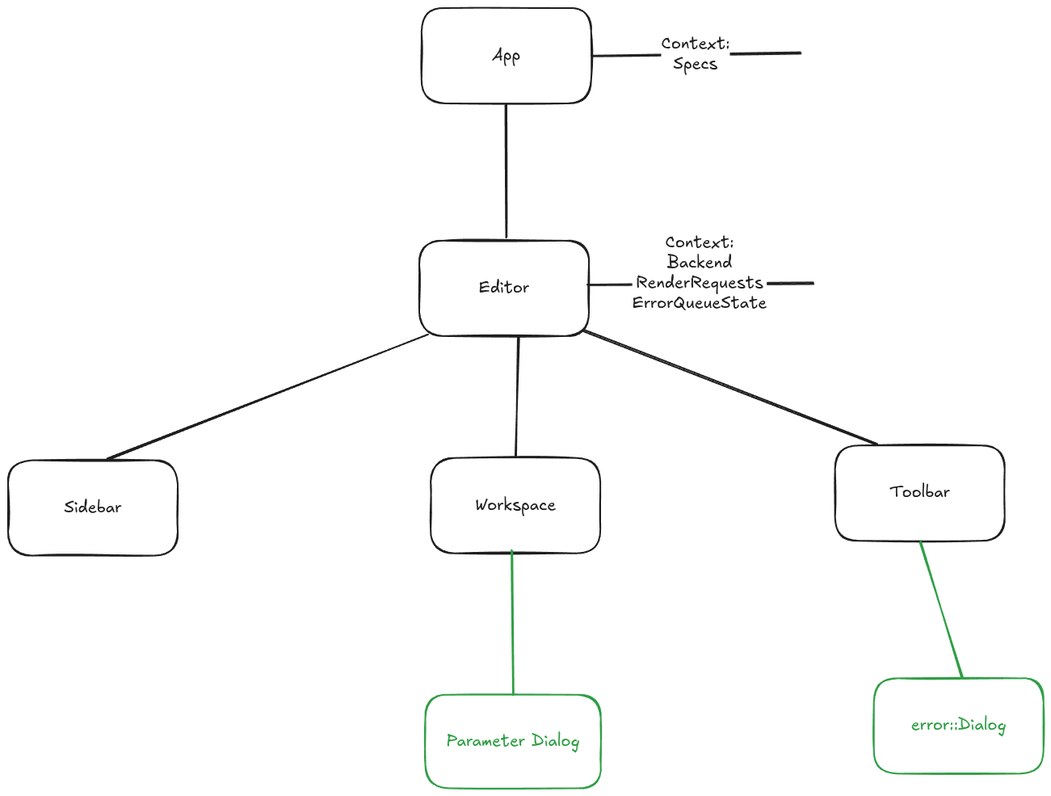
This is beetry-editor-frontend/docs/component_tree.excalidraw.png from skullim/beetry, a Excalidraw export, as it was before one commit. Source tidied: one line per element, renumbered; positions are measured from the earlier drawing's top-left corner, leaving out a move shared by most shapes.
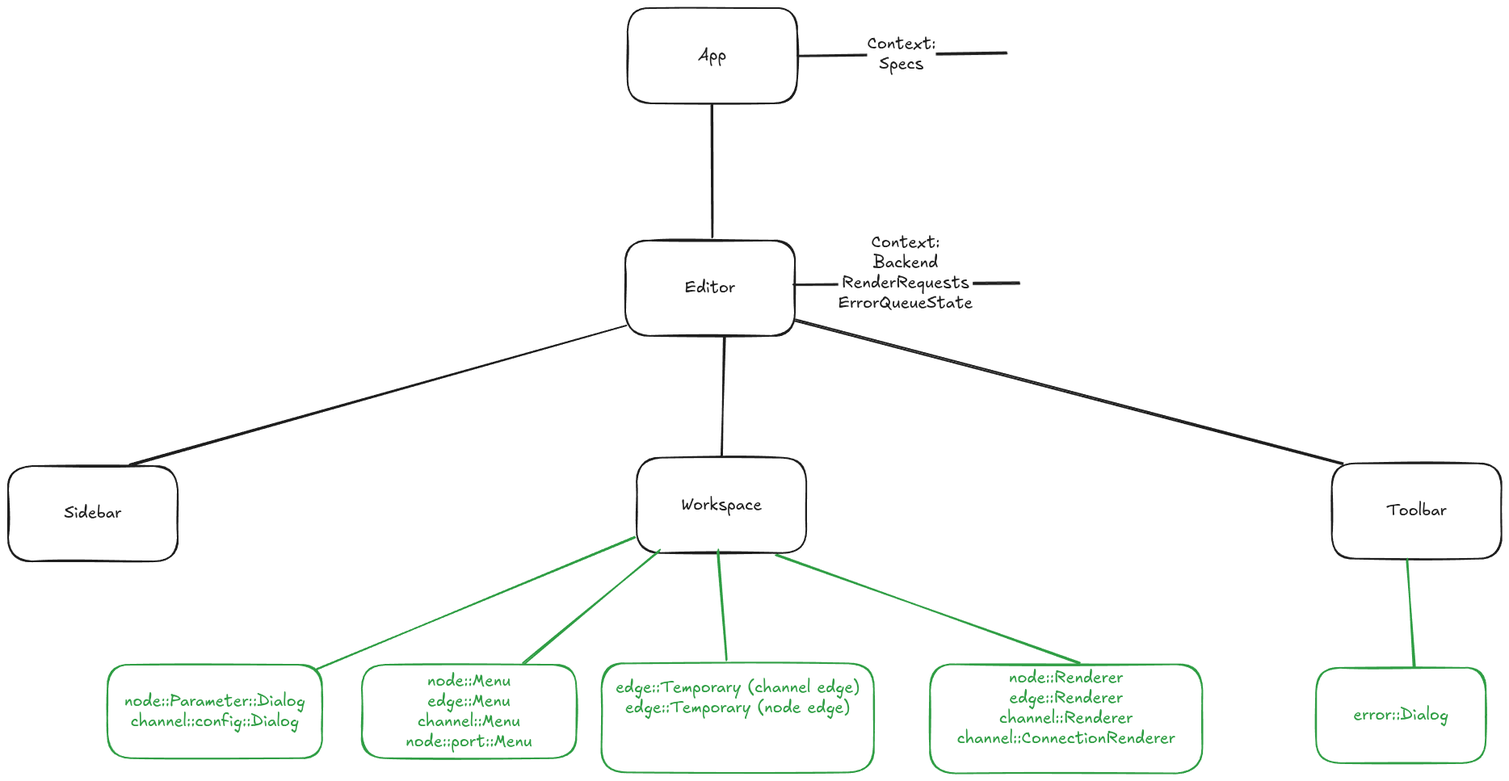
Later version of the same file.

Change to the diagram source:
```diff
@@ -2,17 +2,17 @@
 {"id": 1, "type": "text", "text": "Editor", "strokeColor": "#1e1e1e", "strokeWidth": 2, "roughness": 1, "fontSize": 20, "fontFamily": 5, "textAlign": "center", "verticalAlign": "middle", "inside": 0, "x": 583, "y": 334, "width": 62, "height": 25}
 {"id": 2, "type": "rectangle", "strokeColor": "#1e1e1e", "strokeWidth": 2, "roughness": 1, "round": true, "x": 523, "y": 557, "width": 210, "height": 118}
 {"id": 3, "type": "text", "text": "Workspace", "strokeColor": "#1e1e1e", "strokeWidth": 2, "roughness": 1, "fontSize": 20, "fontFamily": 5, "textAlign": "center", "verticalAlign": "middle", "inside": 2, "x": 578, "y": 603, "width": 100, "height": 25}
-{"id": 4, "type": "rectangle", "strokeColor": "#1e1e1e", "strokeWidth": 2, "roughness": 1, "round": true, "x": 0, "y": 560, "width": 210, "height": 118}
+{"id": 4, "type": "rectangle", "strokeColor": "#1e1e1e", "strokeWidth": 2, "roughness": 1, "round": true, "x": -255, "y": 567, "width": 210, "height": 118}
-{"id": 5, "type": "text", "text": "Sidebar", "strokeColor": "#1e1e1e", "strokeWidth": 2, "roughness": 1, "fontSize": 20, "fontFamily": 5, "textAlign": "center", "verticalAlign": "middle", "inside": 4, "x": 69, "y": 606, "width": 71, "height": 25}
+{"id": 5, "type": "text", "text": "Sidebar", "strokeColor": "#1e1e1e", "strokeWidth": 2, "roughness": 1, "fontSize": 20, "fontFamily": 5, "textAlign": "center", "verticalAlign": "middle", "inside": 4, "x": -186, "y": 614, "width": 71, "height": 25}
-{"id": 6, "type": "rectangle", "strokeColor": "#2f9e44", "strokeWidth": 2, "roughness": 1, "round": true, "x": 1072, "y": 829, "width": 210, "height": 118}
+{"id": 6, "type": "rectangle", "strokeColor": "#2f9e44", "strokeWidth": 2, "roughness": 1, "round": true, "x": 1364, "y": 817, "width": 210, "height": 118}
-{"id": 7, "type": "text", "text": "error::Dialog", "strokeColor": "#2f9e44", "strokeWidth": 2, "roughness": 1, "fontSize": 20, "fontFamily": 5, "textAlign": "center", "verticalAlign": "middle", "inside": 6, "x": 1118, "y": 876, "width": 118, "height": 25}
+{"id": 7, "type": "text", "text": "error::Dialog", "strokeColor": "#2f9e44", "strokeWidth": 2, "roughness": 1, "fontSize": 20, "fontFamily": 5, "textAlign": "center", "verticalAlign": "middle", "inside": 6, "x": 1410, "y": 863, "width": 118, "height": 25}
-{"id": 8, "type": "rectangle", "strokeColor": "#1e1e1e", "strokeWidth": 2, "roughness": 1, "round": true, "x": 1024, "y": 541, "width": 210, "height": 118}
+{"id": 8, "type": "rectangle", "strokeColor": "#1e1e1e", "strokeWidth": 2, "roughness": 1, "round": true, "x": 1384, "y": 564, "width": 210, "height": 118}
-{"id": 9, "type": "text", "text": "Toolbar", "strokeColor": "#1e1e1e", "strokeWidth": 2, "roughness": 1, "fontSize": 20, "fontFamily": 5, "textAlign": "center", "verticalAlign": "middle", "inside": 8, "x": 1091, "y": 588, "width": 75, "height": 25}
+{"id": 9, "type": "text", "text": "Toolbar", "strokeColor": "#1e1e1e", "strokeWidth": 2, "roughness": 1, "fontSize": 20, "fontFamily": 5, "textAlign": "center", "verticalAlign": "middle", "inside": 8, "x": 1451, "y": 610, "width": 75, "height": 25}
-{"id": 10, "type": "rectangle", "strokeColor": "#2f9e44", "strokeWidth": 2, "roughness": 1, "round": true, "x": 516, "y": 850, "width": 217, "height": 116}
+{"id": 10, "type": "rectangle", "strokeColor": "#2f9e44", "strokeWidth": 2, "roughness": 1, "round": true, "x": -132, "y": 813, "width": 265, "height": 116}
-{"id": 11, "type": "text", "text": "Parameter Dialog", "strokeColor": "#2f9e44", "strokeWidth": 2, "roughness": 1, "fontSize": 20, "fontFamily": 5, "textAlign": "center", "verticalAlign": "middle", "inside": 10, "x": 542, "y": 895, "width": 165, "height": 25}
+{"id": 11, "type": "text", "text": "node::Parameter::Dialog\nchannel::config::Dialog", "strokeColor": "#2f9e44", "strokeWidth": 2, "roughness": 1, "fontSize": 20, "fontFamily": 5, "textAlign": "center", "verticalAlign": "middle", "inside": 10, "x": -111, "y": 846, "width": 224, "height": 50}
 {"id": 12, "type": "arrow", "strokeColor": "#1e1e1e", "strokeWidth": 2, "roughness": 1, "round": true, "from": 0, "to": 2, "x": 632, "y": 406, "width": 3, "height": 148, "points": [[0, 0], [-3, 148]]}
-{"id": 13, "type": "arrow", "strokeColor": "#1e1e1e", "strokeWidth": 2, "roughness": 1, "round": true, "from": 0, "to": 4, "x": 519, "y": 403, "width": 397, "height": 156, "points": [[0, 0], [-397, 156]]}
+{"id": 13, "type": "arrow", "strokeColor": "#1e1e1e", "strokeWidth": 2, "roughness": 1, "round": true, "from": 0, "to": 4, "x": 509, "y": 392, "width": 615, "height": 174, "points": [[0, 0], [-615, 174]]}
-{"id": 14, "type": "arrow", "strokeColor": "#1e1e1e", "strokeWidth": 2, "roughness": 1, "round": true, "from": 0, "to": 8, "x": 712, "y": 399, "width": 363, "height": 140, "points": [[0, 0], [363, 140]]}
+{"id": 14, "type": "arrow", "strokeColor": "#1e1e1e", "strokeWidth": 2, "roughness": 1, "round": true, "from": 0, "to": 8, "x": 719, "y": 387, "width": 678, "height": 177, "points": [[0, 0], [678, 177]]}
 {"id": 15, "type": "rectangle", "strokeColor": "#1e1e1e", "strokeWidth": 2, "roughness": 1, "round": true, "x": 512, "y": 0, "width": 210, "height": 118}
 {"id": 16, "type": "text", "text": "App", "strokeColor": "#1e1e1e", "strokeWidth": 2, "roughness": 1, "fontSize": 20, "fontFamily": 5, "textAlign": "center", "verticalAlign": "middle", "inside": 15, "x": 599, "y": 46, "width": 35, "height": 25}
 {"id": 17, "type": "arrow", "strokeColor": "#1e1e1e", "strokeWidth": 2, "roughness": 1, "round": true, "from": 15, "to": 0, "x": 617, "y": 119, "width": 0, "height": 165, "points": [[0, 0], [0, 165]]}
@@ -20,5 +20,14 @@
 {"id": 19, "type": "text", "text": "Context:\nSpecs", "strokeColor": "#1e1e1e", "strokeWidth": 2, "roughness": 1, "fontSize": 20, "fontFamily": 5, "textAlign": "center", "verticalAlign": "middle", "inside": 18, "x": 808, "y": 32, "width": 85, "height": 50}
 {"id": 20, "type": "arrow", "strokeColor": "#1e1e1e", "strokeWidth": 2, "roughness": 1, "round": true, "from": 0, "x": 717, "y": 341, "width": 279, "height": 1, "points": [[0, 0], [279, -1]]}
 {"id": 21, "type": "text", "text": "Context:\nBackend\nRenderRequests\nErrorQueueState\n", "strokeColor": "#1e1e1e", "strokeWidth": 2, "roughness": 1, "fontSize": 20, "fontFamily": 5, "textAlign": "center", "verticalAlign": "middle", "inside": 20, "x": 773, "y": 278, "width": 166, "height": 125}
-{"id": 22, "type": "arrow", "strokeColor": "#2f9e44", "strokeWidth": 2, "roughness": 1, "round": true, "from": 2, "to": 10, "x": 624, "y": 671, "width": 2, "height": 179, "points": [[0, 0], [2, 179]]}
+{"id": 22, "type": "arrow", "strokeColor": "#2f9e44", "strokeWidth": 2, "roughness": 1, "round": true, "from": 2, "to": 10, "x": 521, "y": 655, "width": 394, "height": 164, "points": [[0, 0], [-394, 164]]}
-{"id": 23, "type": "arrow", "strokeColor": "#2f9e44", "strokeWidth": 2, "roughness": 1, "round": true, "from": 8, "to": 6, "x": 1129, "y": 660, "width": 53, "height": 169, "points": [[0, 0], [53, 169]]}
+{"id": 23, "type": "arrow", "strokeColor": "#2f9e44", "strokeWidth": 2, "roughness": 1, "round": true, "from": 8, "to": 6, "x": 1476, "y": 682, "width": 10, "height": 134, "points": [[0, 0], [10, 134]]}
+{"id": 24, "type": "arrow", "strokeColor": "#2f9e44", "strokeWidth": 2, "roughness": 1, "round": true, "from": 2, "to": 25, "x": 552, "y": 671, "width": 168, "height": 142, "points": [[0, 0], [-168, 142]]}
+{"id": 25, "type": "rectangle", "strokeColor": "#2f9e44", "strokeWidth": 2, "roughness": 1, "round": true, "x": 183, "y": 813, "width": 265, "height": 116}
+{"id": 26, "type": "text", "text": "node::Menu\nedge::Menu\nchannel::Menu\nnode::port::Menu", "strokeColor": "#2f9e44", "strokeWidth": 2, "roughness": 1, "fontSize": 20, "fontFamily": 5, "textAlign": "center", "verticalAlign": "middle", "inside": 25, "x": 237, "y": 821, "width": 157, "height": 100}
+{"id": 27, "type": "rectangle", "strokeColor": "#2f9e44", "strokeWidth": 2, "roughness": 1, "round": true, "x": 480, "y": 811, "width": 337, "height": 135}
+{"id": 28, "type": "text", "text": "edge::Temporary (channel edge)\nedge::Temporary (node edge)\n\n", "strokeColor": "#2f9e44", "strokeWidth": 2, "roughness": 1, "fontSize": 20, "fontFamily": 5, "textAlign": "center", "verticalAlign": "middle", "inside": 27, "x": 497, "y": 829, "width": 302, "height": 100}
+{"id": 29, "type": "arrow", "strokeColor": "#2f9e44", "strokeWidth": 2, "roughness": 1, "round": true, "from": 2, "to": 27, "x": 624, "y": 671, "width": 10, "height": 137, "points": [[0, 0], [10, 137]]}
+{"id": 30, "type": "rectangle", "strokeColor": "#2f9e44", "strokeWidth": 2, "roughness": 1, "round": true, "x": 886, "y": 813, "width": 337, "height": 135}
+{"id": 31, "type": "text", "text": "node::Renderer\nedge::Renderer\nchannel::Renderer\nchannel::ConnectionRenderer\n", "strokeColor": "#2f9e44", "strokeWidth": 2, "roughness": 1, "fontSize": 20, "fontFamily": 5, "textAlign": "center", "verticalAlign": "middle", "inside": 30, "x": 920, "y": 818, "width": 270, "height": 125}
+{"id": 32, "type": "arrow", "strokeColor": "#2f9e44", "strokeWidth": 2, "roughness": 1, "round": true, "from": 2, "to": 30, "x": 696, "y": 677, "width": 375, "height": 134, "points": [[0, 0], [375, 134]]}
```
